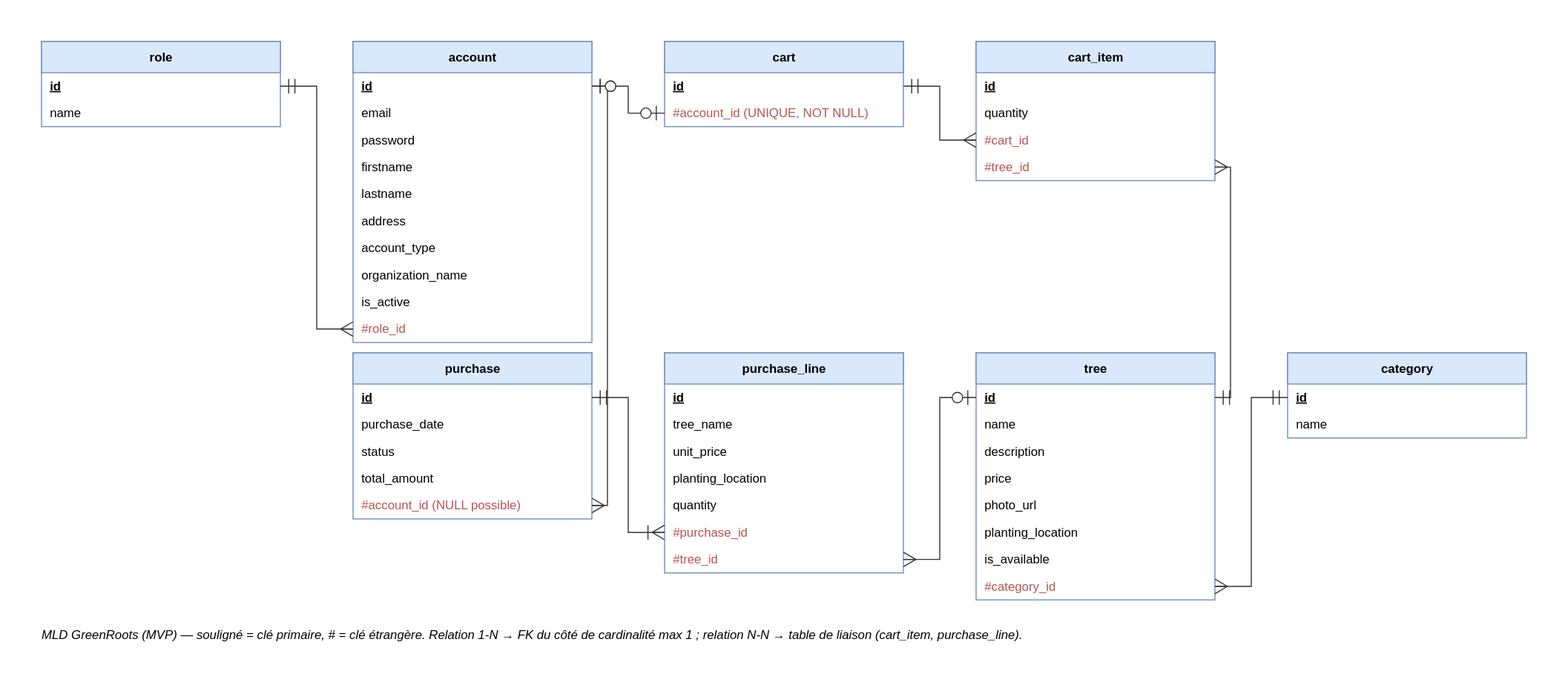
DimitryDereppe/je-s-appelle-graine keeps this draw.io diagram as docs/conception/modele-de-donnees/06b-mld.drawio.svg. Above is the earlier version. Source tidied: cells renumbered, new cells last; positions are measured from the earlier drawing's top-left corner, leaving out a move shared by most shapes.
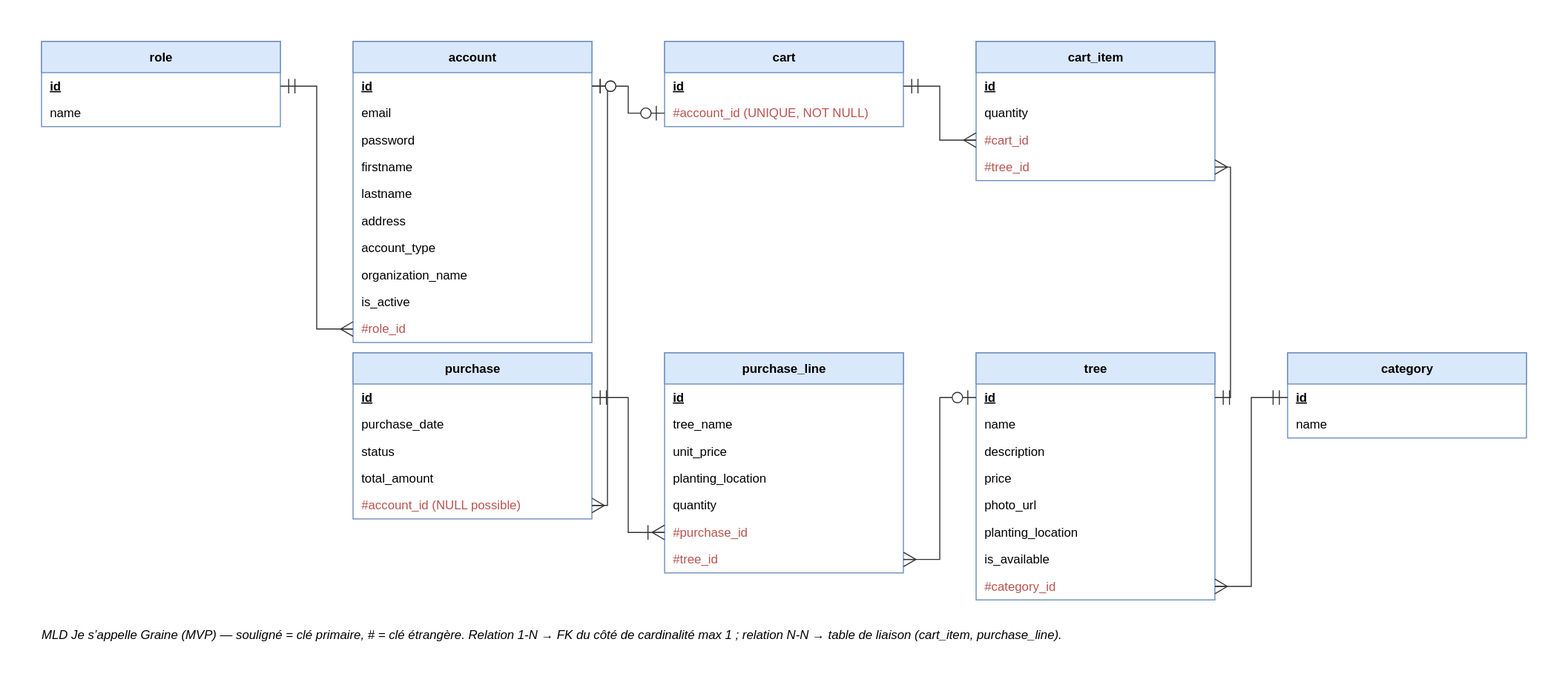
The same diagram one commit later.

The edit, as a diff of the source:
```diff
@@ -170,7 +170,7 @@
     <mxCell id="57" style="edgeStyle=entityRelationEdgeStyle;html=1;startArrow=ERmany;endArrow=ERmandOne;startFill=0;endFill=0;" parent="1" edge="1" source="46" target="48">
       <mxGeometry relative="1" as="geometry" />
     </mxCell>
-    <mxCell id="58" value="MLD GreenRoots (MVP) — souligné = clé primaire, # = clé étrangère. Relation 1-N → FK du côté de cardinalité max 1 ; relation N-N → table de liaison (cart_item, purchase_line)." style="text;html=1;whiteSpace=wrap;align=left;fontStyle=2;" parent="1" vertex="1">
+    <mxCell id="58" value="MLD Je s’appelle Graine (MVP) — souligné = clé primaire, # = clé étrangère. Relation 1-N → FK du côté de cardinalité max 1 ; relation N-N → table de liaison (cart_item, purchase_line)." style="text;html=1;whiteSpace=wrap;align=left;fontStyle=2;" parent="1" vertex="1">
       <mxGeometry y="560" width="560" height="50" as="geometry" />
     </mxCell>
   </root>
```
